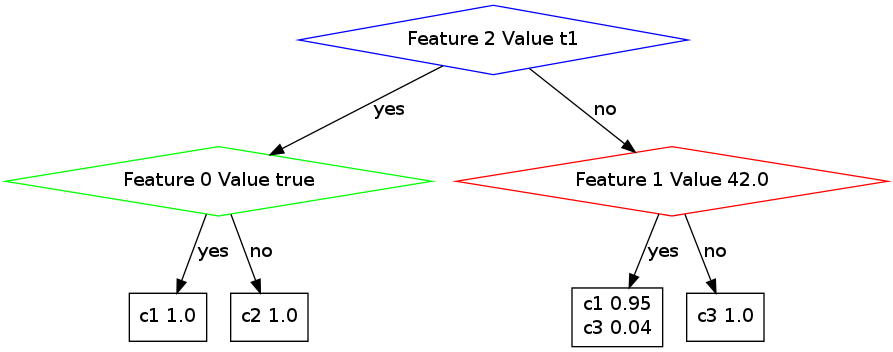
fandre90/fafdtibb keeps this Graphviz diagram as test.png. Above is the earlier version. Its source is kept beside it as test.dot.
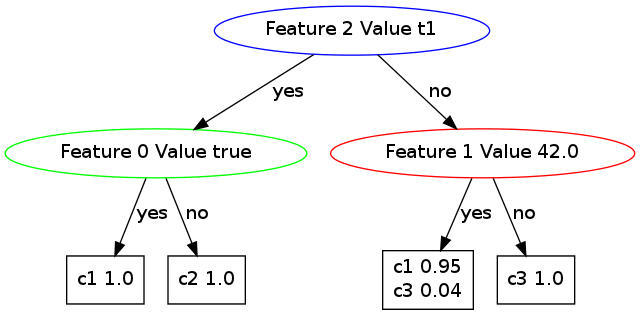
Above is the later version.

The edit, as a diff of the source:
```diff
@@ -4,11 +4,11 @@
 ratio = "auto";
 fontsize = 10;
 
-id0[shape=diamond, label="Feature 2 Value t1", color=blue];
-id1[shape=diamond, label="Feature 0 Value true", color=green];
+id0[shape=ellipse, label="Feature 2 Value t1", color=blue];
+id1[shape=ellipse, label="Feature 0 Value true", color=green];
 id2[shape=box, label="c1 1.0\n"];
 id3[shape=box, label="c2 1.0\n"];
-id4[shape=diamond, label="Feature 1 Value 42.0", color=red];
+id4[shape=ellipse, label="Feature 1 Value 42.0", color=red];
 id5[shape=box, label="c1 0.95\nc3 0.04\n"];
 id6[shape=box, label="c3 1.0\n"];
 
```
